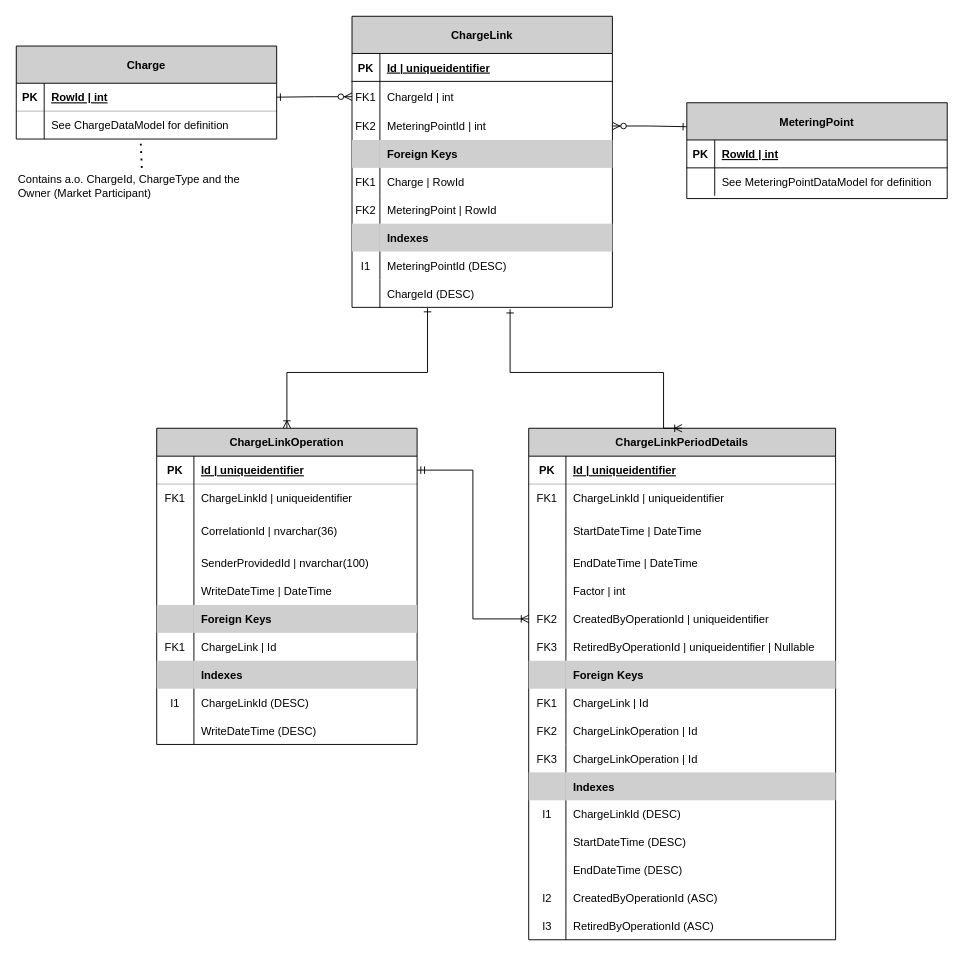
The draw.io diagram docs/data-models/ChargeLinkDataModel.drawio in Energinet-DataHub/ARCHIVED-geh-charges, before the edit. Source tidied: cells renumbered, new cells numbered last; positions are measured from the earlier drawing's top-left corner, leaving out a move shared by most shapes. Both pictures are drawn from the tidied source at 93%, with x=0, y=0 at pixel (16, 16).
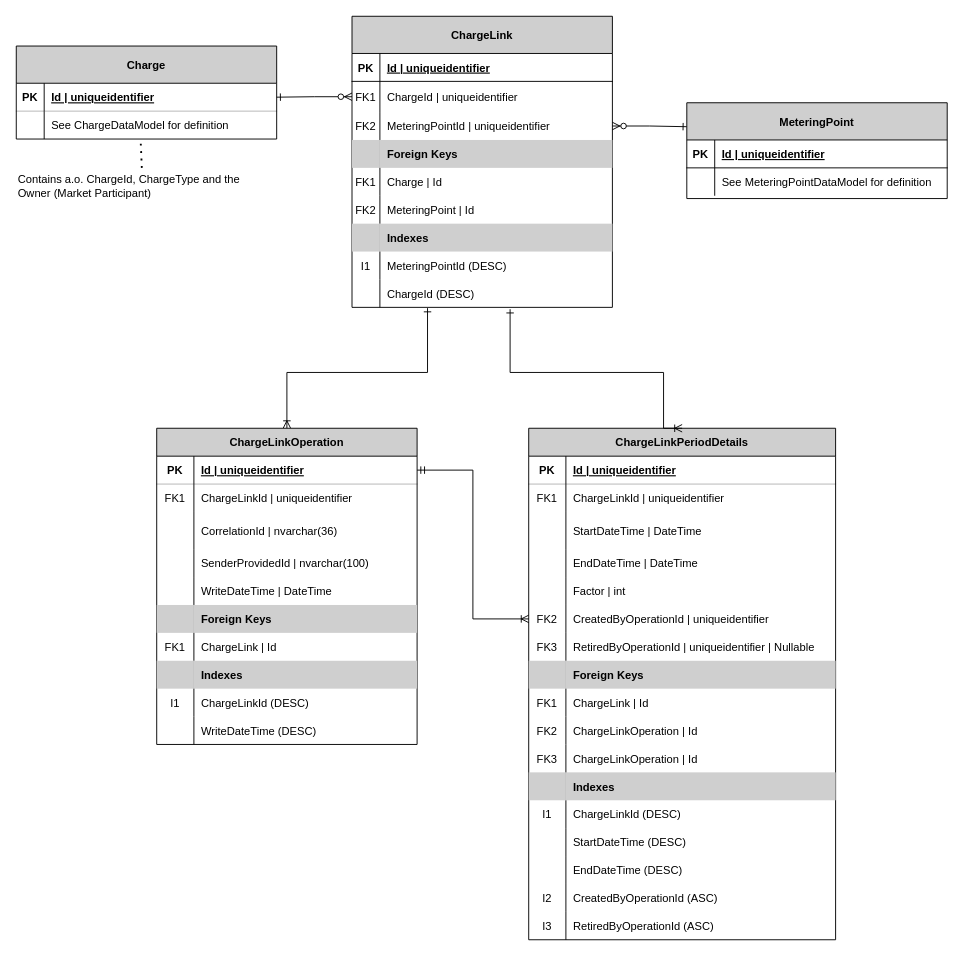
After the change.

Commit message (it also covers changes not shown here):
Removed rowIds and changed int to uniqueidentifier

Unchanged cells that the change refers to:
```xml
<mxCell id="8" style="shape=partialRectangle;fillColor=none;top=0;left=0;bottom=0;right=0;points=[[0,0.5],[1,0.5]];portConstraint=eastwest;textOpacity=30;" parent="4" vertex="1">
  <mxGeometry y="70" width="280" height="33" as="geometry" />
</mxCell>
<mxCell id="11" style="shape=partialRectangle;fillColor=none;top=0;left=0;bottom=0;right=0;points=[[0,0.5],[1,0.5]];portConstraint=eastwest;textOpacity=30;" parent="4" vertex="1">
  <mxGeometry y="103" width="280" height="30" as="geometry" />
</mxCell>
<mxCell id="17" style="shape=partialRectangle;fillColor=none;top=0;left=0;bottom=0;right=0;textOpacity=30;" parent="4" vertex="1">
  <mxGeometry y="163" width="280" height="30" as="geometry" />
</mxCell>
<mxCell id="20" style="shape=partialRectangle;fillColor=none;top=0;left=0;bottom=0;right=0;textOpacity=30;" parent="4" vertex="1">
  <mxGeometry y="193" width="280" height="30" as="geometry" />
</mxCell>
<mxCell id="64" style="shape=partialRectangle;fillColor=none;top=0;left=0;bottom=1;right=0;points=[[0,0.5],[1,0.5]];portConstraint=eastwest;opacity=30;textOpacity=30;" parent="63" vertex="1">
  <mxGeometry y="40" width="280" height="30" as="geometry" />
</mxCell>
<mxCell id="71" style="shape=partialRectangle;fillColor=none;top=0;left=0;bottom=1;right=0;" parent="70" vertex="1">
  <mxGeometry y="40" width="280" height="30" as="geometry" />
</mxCell>
```

The edit, as a diff of the source:
```diff
@@
-    <mxCell id="10" value="ChargeId | int" style="shape=partialRectangle;fillColor=none;top=0;left=0;bottom=0;right=0;align=left;spacingLeft=6;overflow=hidden;" parent="8" vertex="1">
+    <mxCell id="10" value="ChargeId | uniqueidentifier" style="shape=partialRectangle;fillColor=none;top=0;left=0;bottom=0;right=0;align=left;spacingLeft=6;overflow=hidden;fontStyle=0;" parent="8" vertex="1">
       <mxGeometry x="30" width="250" height="33" as="geometry" />
     </mxCell>
@@
-    <mxCell id="13" value="MeteringPointId | int" style="shape=partialRectangle;top=0;left=0;bottom=0;right=0;align=left;spacingLeft=6;overflow=hidden;strokeColor=#b85450;fillColor=none;" parent="11" vertex="1">
+    <mxCell id="13" value="MeteringPointId | uniqueidentifier" style="shape=partialRectangle;top=0;left=0;bottom=0;right=0;align=left;spacingLeft=6;overflow=hidden;strokeColor=#b85450;fillColor=none;" parent="11" vertex="1">
       <mxGeometry x="30" width="250" height="30" as="geometry" />
     </mxCell>
@@
-    <mxCell id="19" value="Charge | RowId" style="shape=partialRectangle;fillColor=none;top=0;left=0;bottom=0;right=0;align=left;spacingLeft=6;overflow=hidden;" parent="17" vertex="1">
+    <mxCell id="19" value="Charge | Id" style="shape=partialRectangle;fillColor=none;top=0;left=0;bottom=0;right=0;align=left;spacingLeft=6;overflow=hidden;" parent="17" vertex="1">
       <mxGeometry x="30" width="250" height="30" as="geometry" />
     </mxCell>
@@
-    <mxCell id="22" value="MeteringPoint | RowId" style="shape=partialRectangle;fillColor=none;top=0;left=0;bottom=0;right=0;align=left;spacingLeft=6;overflow=hidden;" parent="20" vertex="1">
+    <mxCell id="22" value="MeteringPoint | Id" style="shape=partialRectangle;fillColor=none;top=0;left=0;bottom=0;right=0;align=left;spacingLeft=6;overflow=hidden;" parent="20" vertex="1">
       <mxGeometry x="30" width="250" height="30" as="geometry" />
     </mxCell>
@@
-    <mxCell id="66" value="RowId | int" style="shape=partialRectangle;fillColor=none;top=0;left=0;bottom=0;right=0;align=left;spacingLeft=6;fontStyle=5;overflow=hidden;" parent="64" vertex="1">
+    <mxCell id="66" value="Id | uniqueidentifier" style="shape=partialRectangle;fillColor=none;top=0;left=0;bottom=0;right=0;align=left;spacingLeft=6;fontStyle=5;overflow=hidden;" parent="64" vertex="1">
       <mxGeometry x="30" width="250" height="30" as="geometry" />
     </mxCell>
@@
-    <mxCell id="73" value="RowId | int" style="shape=partialRectangle;fillColor=none;top=0;left=0;bottom=0;right=0;align=left;spacingLeft=6;fontStyle=5;overflow=hidden;" parent="71" vertex="1">
+    <mxCell id="73" value="Id | uniqueidentifier" style="shape=partialRectangle;fillColor=none;top=0;left=0;bottom=0;right=0;align=left;spacingLeft=6;fontStyle=5;overflow=hidden;" parent="71" vertex="1">
       <mxGeometry x="30" width="250" height="30" as="geometry" />
     </mxCell>
```
